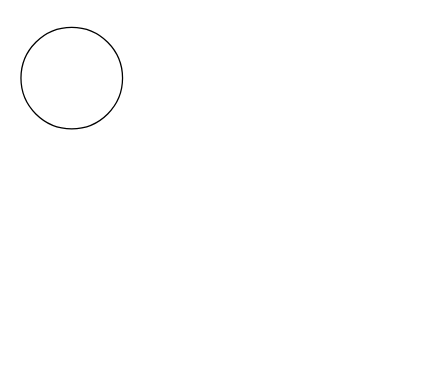
Earlier version of the draw.io diagram 未命名绘图.drawio (limengyang1992/PDO-Agent). Source tidied: cells renumbered, new cells numbered last; positions are measured from the earlier drawing's top-left corner, leaving out a move shared by most shapes. Both pictures are drawn from the tidied source at 127%, with x=0, y=0 at pixel (20, 27).
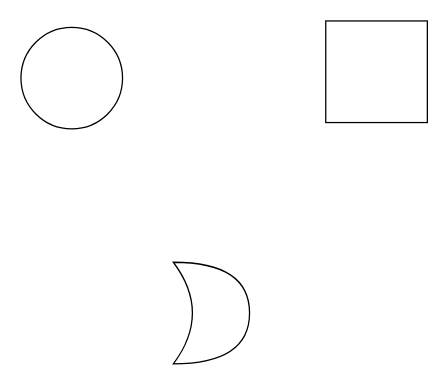
After the change.

Commit message:
更新未命名绘图.drawio

Change to the diagram source:
```diff
@@
 <mxGraphModel>
   <root>
     <mxCell id="0" />
     <mxCell id="1" parent="0" />
     <mxCell id="2" style="ellipse;whiteSpace=wrap;html=1;" parent="1" vertex="1">
       <mxGeometry width="80" height="80" as="geometry" />
     </mxCell>
+    <mxCell id="3" style="whiteSpace=wrap;html=1;" parent="1" vertex="1">
+      <mxGeometry x="240" y="-5" width="80" height="80" as="geometry" />
+    </mxCell>
+    <mxCell id="4" style="shape=xor;whiteSpace=wrap;html=1;" parent="1" vertex="1">
+      <mxGeometry x="120" y="185" width="60" height="80" as="geometry" />
+    </mxCell>
   </root>
 </mxGraphModel>
```
